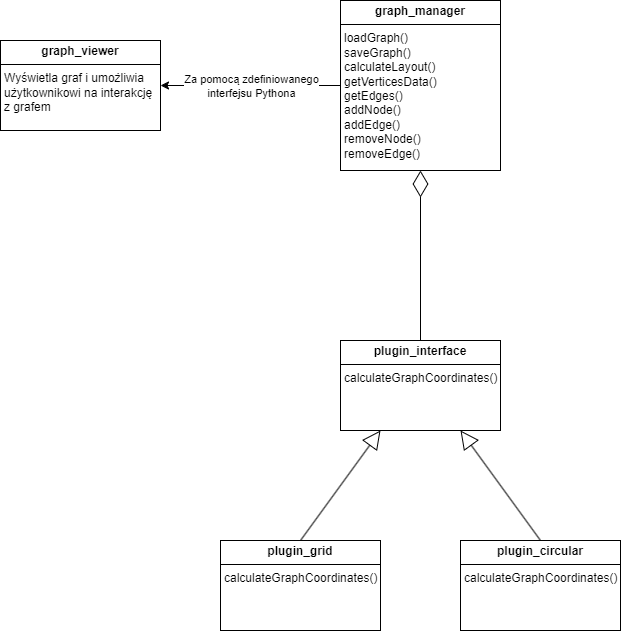
This is images/ZPR.drawio.png from Bastillan/graph_visualization, a draw.io export, as it was before one commit. Source tidied: cells renumbered, new cells last; positions are measured from the earlier drawing's top-left corner, leaving out a move shared by most shapes.
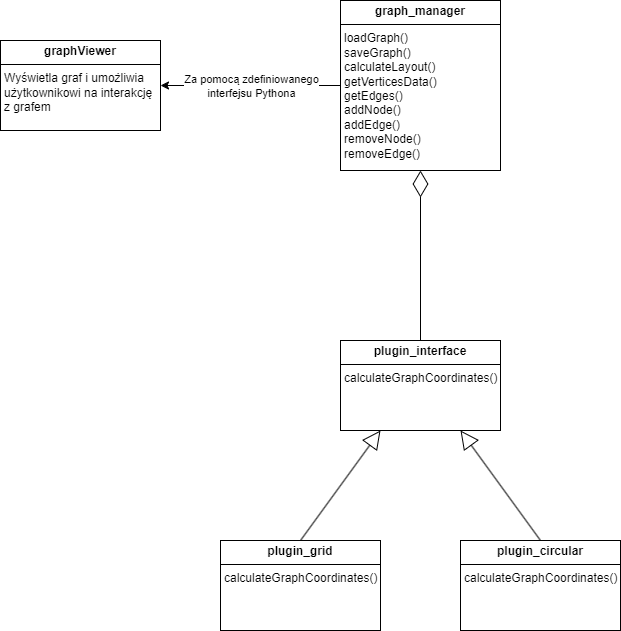
After the commit.

Diff of the diagram source:
```diff
@@ -31,7 +31,7 @@
     <mxCell id="10" style="endArrow=diamondThin;endFill=0;endSize=24;html=1;rounded=0;entryX=0.5;entryY=1;entryDx=0;entryDy=0;exitX=0.5;exitY=0;exitDx=0;exitDy=0;" parent="1" edge="1" source="2" target="9">
       <mxGeometry relative="1" as="geometry" />
     </mxCell>
-    <mxCell id="11" value="&lt;p style=&quot;margin:0px;margin-top:4px;text-align:center;&quot;&gt;&lt;b&gt;graph_viewer&lt;/b&gt;&lt;/p&gt;&lt;hr size=&quot;1&quot; style=&quot;border-style:solid;&quot;&gt;&lt;p style=&quot;margin:0px;margin-left:4px;&quot;&gt;Wyświetla graf i umożliwia użytkownikowi na interakcję z grafem&lt;/p&gt;" style="verticalAlign=top;align=left;overflow=fill;html=1;whiteSpace=wrap;" parent="1" vertex="1">
+    <mxCell id="11" value="&lt;p style=&quot;margin:0px;margin-top:4px;text-align:center;&quot;&gt;&lt;b&gt;graphViewer&lt;/b&gt;&lt;/p&gt;&lt;hr size=&quot;1&quot; style=&quot;border-style:solid;&quot;&gt;&lt;p style=&quot;margin:0px;margin-left:4px;&quot;&gt;Wyświetla graf i umożliwia użytkownikowi na interakcję z grafem&lt;/p&gt;" style="verticalAlign=top;align=left;overflow=fill;html=1;whiteSpace=wrap;" parent="1" vertex="1">
       <mxGeometry y="40" width="160" height="90" as="geometry" />
     </mxCell>
   </root>
```
